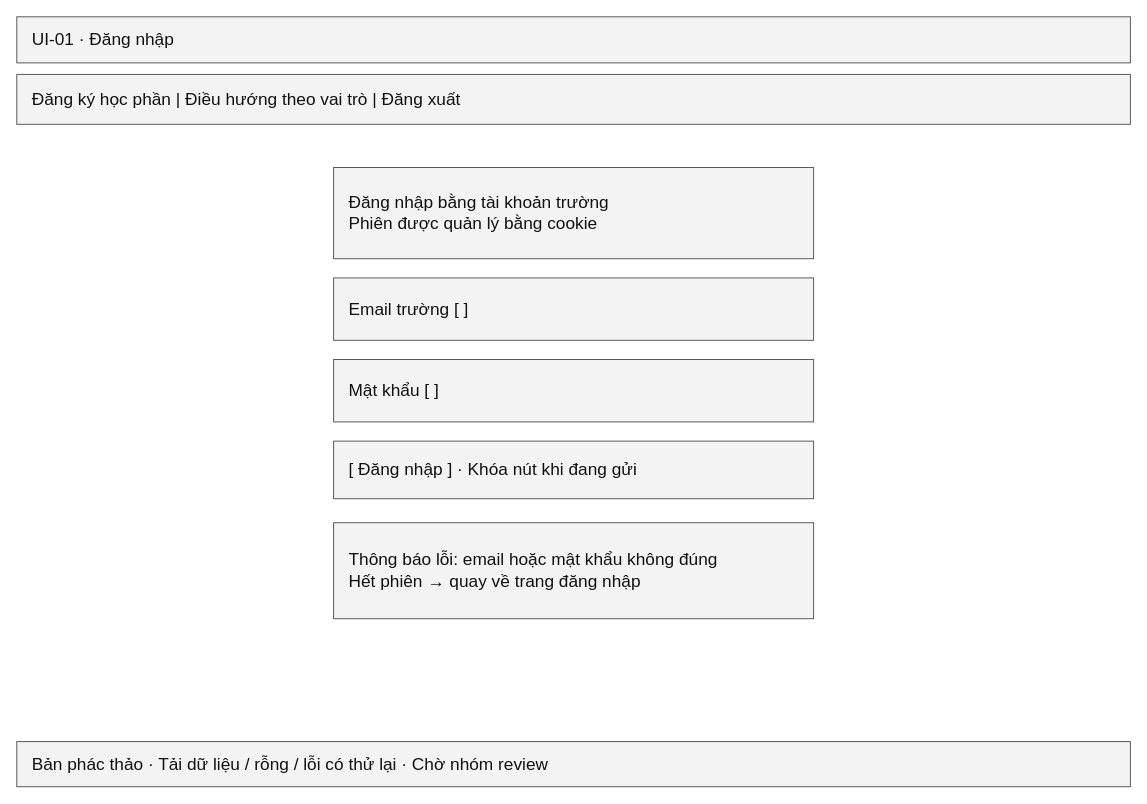
Devil-2502/course-registration keeps this draw.io diagram as page "UI-01 Đăng nhập" (1 of 13) of docs/wireframes/wireframes.drawio. Above is the earlier version. Source tidied: cells renumbered, new cells numbered last; positions are measured from the earlier drawing's top-left corner, leaving out a move shared by most shapes. Both pictures are drawn from the tidied source at 96%, with x=0, y=0 at pixel (16, 16).
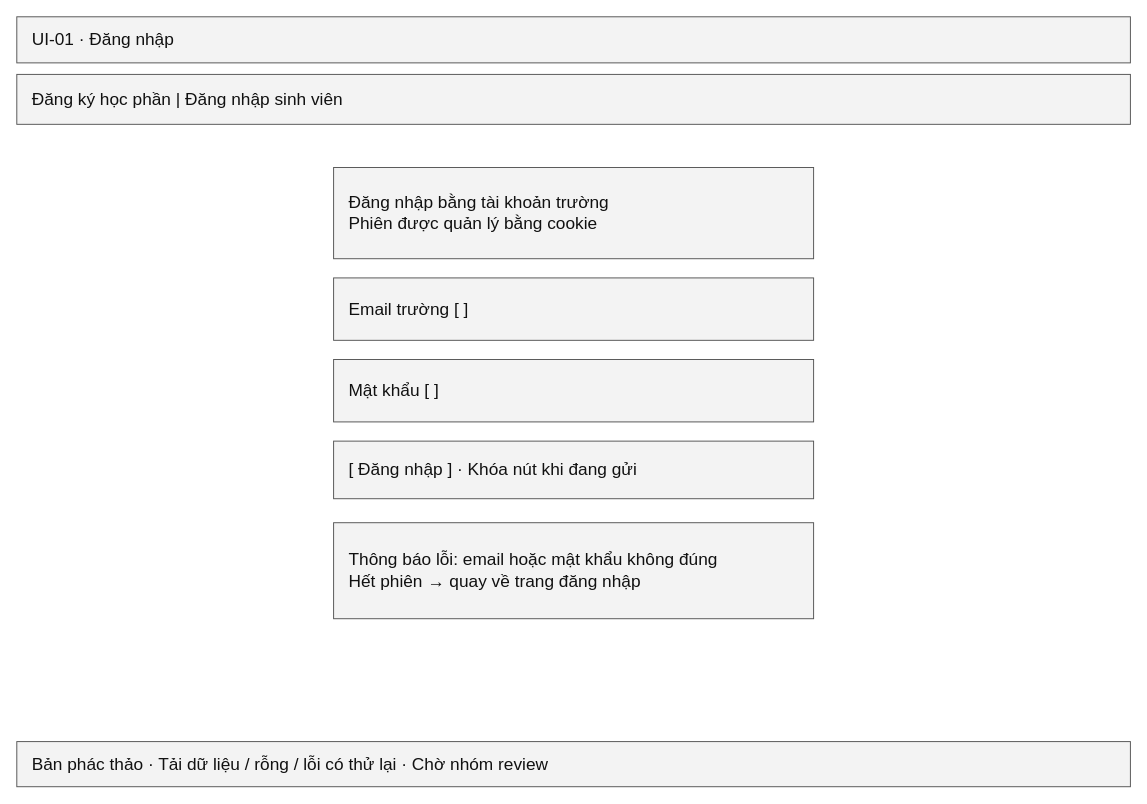
The same diagram, later.

Change to the diagram source:
```diff
@@
 <mxGraphModel>
   <root>
     <mxCell id="0" />
     <mxCell id="1" parent="0" />
     <mxCell id="2" value="UI-01 · Đăng nhập" style="rounded=0;whiteSpace=wrap;html=0;fillColor=#f3f3f3;strokeColor=#555555;fontColor=#111111;fontSize=18;align=left;spacingLeft=14;" parent="1" vertex="1">
       <mxGeometry width="1160" height="48" as="geometry" />
     </mxCell>
-    <mxCell id="3" value="Đăng ký học phần | Điều hướng theo vai trò | Đăng xuất" style="rounded=0;whiteSpace=wrap;html=0;fillColor=#f3f3f3;strokeColor=#555555;fontColor=#111111;fontSize=18;align=left;spacingLeft=14;" parent="1" vertex="1">
+    <mxCell id="3" value="Đăng ký học phần | Đăng nhập sinh viên" style="rounded=0;whiteSpace=wrap;html=0;fillColor=#f3f3f3;strokeColor=#555555;fontColor=#111111;fontSize=18;align=left;spacingLeft=14;" parent="1" vertex="1">
       <mxGeometry y="60" width="1160" height="52" as="geometry" />
     </mxCell>
     <mxCell id="4" value="Đăng nhập bằng tài khoản trường&#10;Phiên được quản lý bằng cookie" style="rounded=0;whiteSpace=wrap;html=0;fillColor=#f3f3f3;strokeColor=#555555;fontColor=#111111;fontSize=18;align=left;spacingLeft=14;" parent="1" vertex="1">
       <mxGeometry x="330" y="157" width="500" height="95" as="geometry" />
     </mxCell>
     <mxCell id="5" value="Email trường [                                      ]" style="rounded=0;whiteSpace=wrap;html=0;fillColor=#f3f3f3;strokeColor=#555555;fontColor=#111111;fontSize=18;align=left;spacingLeft=14;" parent="1" vertex="1">
       <mxGeometry x="330" y="272" width="500" height="65" as="geometry" />
     </mxCell>
     <mxCell id="6" value="Mật khẩu [                                          ]" style="rounded=0;whiteSpace=wrap;html=0;fillColor=#f3f3f3;strokeColor=#555555;fontColor=#111111;fontSize=18;align=left;spacingLeft=14;" parent="1" vertex="1">
       <mxGeometry x="330" y="357" width="500" height="65" as="geometry" />
     </mxCell>
     <mxCell id="7" value="[ Đăng nhập ] · Khóa nút khi đang gửi" style="rounded=0;whiteSpace=wrap;html=0;fillColor=#f3f3f3;strokeColor=#555555;fontColor=#111111;fontSize=18;align=left;spacingLeft=14;" parent="1" vertex="1">
       <mxGeometry x="330" y="442" width="500" height="60" as="geometry" />
     </mxCell>
     <mxCell id="8" value="Thông báo lỗi: email hoặc mật khẩu không đúng&#10;Hết phiên → quay về trang đăng nhập" style="rounded=0;whiteSpace=wrap;html=0;fillColor=#f3f3f3;strokeColor=#555555;fontColor=#111111;fontSize=18;align=left;spacingLeft=14;" parent="1" vertex="1">
       <mxGeometry x="330" y="527" width="500" height="100" as="geometry" />
     </mxCell>
     <mxCell id="9" value="Bản phác thảo · Tải dữ liệu / rỗng / lỗi có thử lại · Chờ nhóm review" style="rounded=0;whiteSpace=wrap;html=0;fillColor=#f3f3f3;strokeColor=#555555;fontColor=#111111;fontSize=18;align=left;spacingLeft=14;" parent="1" vertex="1">
       <mxGeometry y="755" width="1160" height="47" as="geometry" />
     </mxCell>
   </root>
 </mxGraphModel>
```
